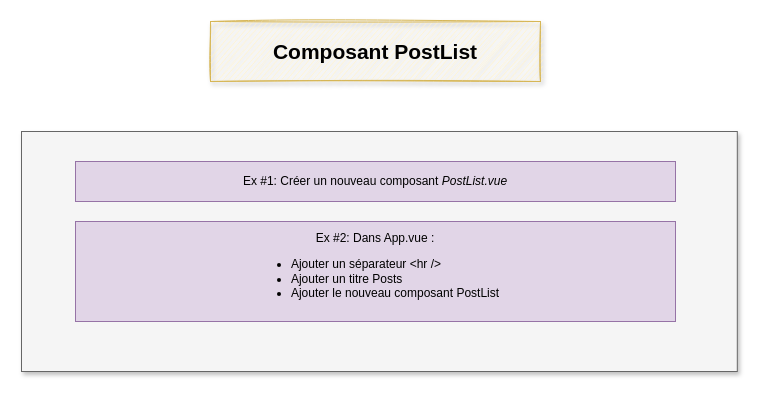
The draw.io diagram page "Page-23" (23 of 27) of code_lab_1/diagrams/blog.drawio in LudovicLaloux/vuejs-n7, before the edit. Source tidied: cells renumbered, new cells numbered last; positions are measured from the earlier drawing's top-left corner, leaving out a move shared by most shapes. Both pictures are drawn from the tidied source at 100%, with x=0, y=0 at pixel (21, 21).
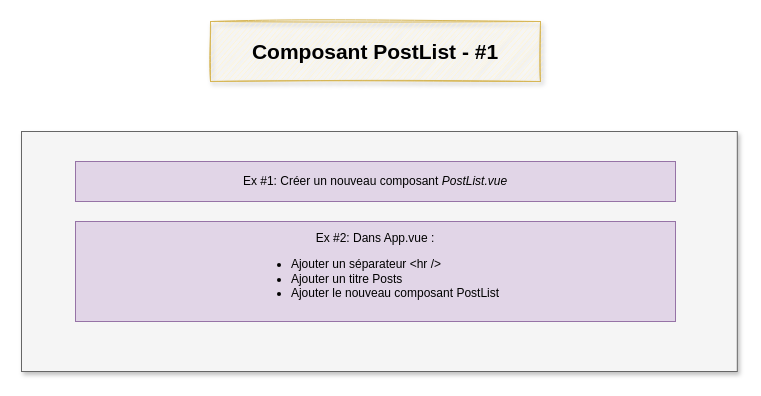
Above is the later version.

Change to the diagram source:
```diff
@@
 <mxGraphModel>
   <root>
     <mxCell id="0" />
     <mxCell id="1" parent="0" />
-    <mxCell id="2" value="&lt;h2&gt;Composant PostList&lt;/h2&gt;" style="rounded=0;whiteSpace=wrap;html=1;shadow=1;fontSize=14;fillColor=#fff2cc;strokeColor=#d6b656;sketch=1;" parent="1" vertex="1">
+    <mxCell id="2" value="&lt;h2&gt;Composant PostList - #1&lt;br&gt;&lt;/h2&gt;" style="rounded=0;whiteSpace=wrap;html=1;shadow=1;fontSize=14;fillColor=#fff2cc;strokeColor=#d6b656;sketch=1;" parent="1" vertex="1">
       <mxGeometry x="189" width="330" height="60" as="geometry" />
     </mxCell>
     <mxCell id="3" style="rounded=0;whiteSpace=wrap;html=1;shadow=1;sketch=0;fontSize=14;fillColor=#f5f5f5;strokeColor=#666666;fontColor=#333333;" parent="1" vertex="1">
       <mxGeometry y="110" width="715.8" height="240" as="geometry" />
     </mxCell>
     <mxCell id="4" value="Ex #1: Créer un nouveau composant &lt;i&gt;PostList.vue&lt;br&gt;&lt;/i&gt;" style="rounded=0;whiteSpace=wrap;html=1;fillColor=#e1d5e7;strokeColor=#9673a6;" parent="1" vertex="1">
       <mxGeometry x="54" y="140" width="600" height="40" as="geometry" />
     </mxCell>
     <mxCell id="5" value="&lt;div&gt;Ex #2: Dans App.vue :&lt;/div&gt;&lt;div&gt;&lt;ul&gt;&lt;li&gt;&lt;div align=&quot;left&quot;&gt;Ajouter un séparateur &amp;lt;hr /&amp;gt;&lt;/div&gt;&lt;/li&gt;&lt;li&gt;&lt;div align=&quot;left&quot;&gt;Ajouter un titre Posts&lt;/div&gt;&lt;/li&gt;&lt;li&gt;&lt;div align=&quot;left&quot;&gt;Ajouter le nouveau composant PostList&lt;br&gt;&lt;/div&gt;&lt;/li&gt;&lt;/ul&gt;&lt;/div&gt;" style="rounded=0;whiteSpace=wrap;html=1;fillColor=#e1d5e7;strokeColor=#9673a6;align=center;" parent="1" vertex="1">
       <mxGeometry x="54" y="200" width="600" height="100" as="geometry" />
     </mxCell>
   </root>
 </mxGraphModel>
```
